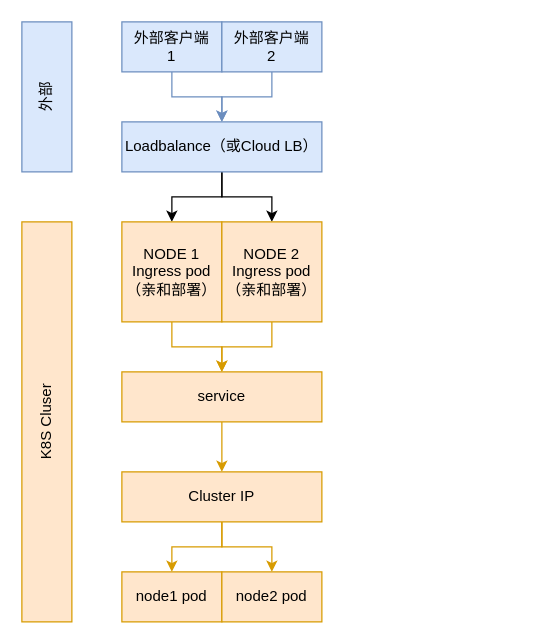
The draw.io diagram k8s 服务访问.drawio in zhangjiongcn/drawio, before the edit. Source tidied: cells renumbered, new cells numbered last; positions are measured from the earlier drawing's top-left corner, leaving out a move shared by most shapes. Both pictures are drawn from the tidied source at 125%, with x=0, y=0 at pixel (21, 21).
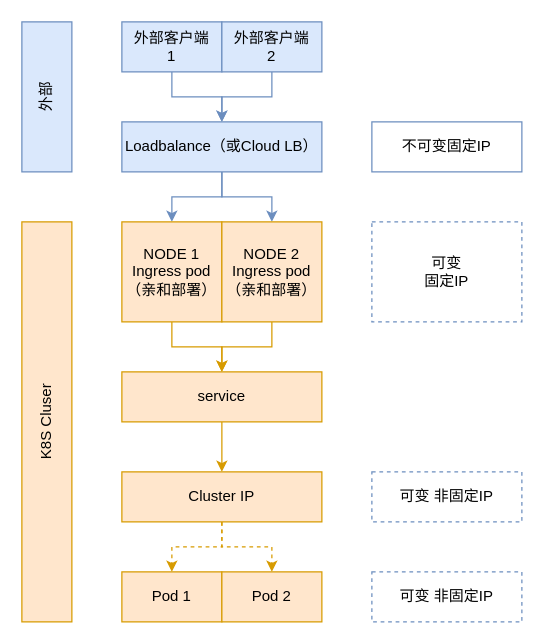
The same diagram, later.

Unchanged cells that the change refers to:
```xml
<mxCell id="7" value="Loadbalance（或Cloud LB）" style="rounded=0;whiteSpace=wrap;html=1;fillColor=#dae8fc;strokeColor=#6c8ebf;" parent="1" vertex="1">
  <mxGeometry x="80" y="80" width="160" height="40" as="geometry" />
</mxCell>
<mxCell id="9" value="NODE 1&lt;br&gt;Ingress pod&lt;br&gt;（亲和部署）" style="rounded=0;whiteSpace=wrap;html=1;fillColor=#ffe6cc;strokeColor=#d79b00;" parent="1" vertex="1">
  <mxGeometry x="80" y="160" width="80" height="80" as="geometry" />
</mxCell>
<mxCell id="14" value="Cluster IP" style="rounded=0;whiteSpace=wrap;html=1;fillColor=#ffe6cc;strokeColor=#d79b00;" parent="1" vertex="1">
  <mxGeometry x="80" y="360" width="160" height="40" as="geometry" />
</mxCell>
<mxCell id="18" value="NODE 2&lt;br&gt;Ingress pod&lt;br&gt;（亲和部署）" style="rounded=0;whiteSpace=wrap;html=1;fillColor=#ffe6cc;strokeColor=#d79b00;" parent="1" vertex="1">
  <mxGeometry x="160" y="160" width="80" height="80" as="geometry" />
</mxCell>
```

Diff of the diagram source:
```diff
@@
-    <mxCell id="5" style="edgeStyle=orthogonalEdgeStyle;rounded=0;jettySize=auto;html=1;entryX=0.5;entryY=0;entryDx=0;entryDy=0;" parent="1" edge="1" source="7" target="9">
+    <mxCell id="5" style="edgeStyle=orthogonalEdgeStyle;rounded=0;jettySize=auto;html=1;entryX=0.5;entryY=0;entryDx=0;entryDy=0;fillColor=#dae8fc;strokeColor=#6c8ebf;" parent="1" edge="1" source="7" target="9">
       <mxGeometry relative="1" as="geometry" />
     </mxCell>
-    <mxCell id="6" style="edgeStyle=orthogonalEdgeStyle;rounded=0;jettySize=auto;html=1;entryX=0.5;entryY=0;entryDx=0;entryDy=0;" parent="1" edge="1" source="7" target="18">
+    <mxCell id="6" style="edgeStyle=orthogonalEdgeStyle;rounded=0;jettySize=auto;html=1;entryX=0.5;entryY=0;entryDx=0;entryDy=0;fillColor=#dae8fc;strokeColor=#6c8ebf;" parent="1" edge="1" source="7" target="18">
       <mxGeometry relative="1" as="geometry" />
     </mxCell>
@@
-    <mxCell id="12" style="edgeStyle=orthogonalEdgeStyle;rounded=0;jettySize=auto;html=1;entryX=0.5;entryY=0;entryDx=0;entryDy=0;fillColor=#ffe6cc;strokeColor=#d79b00;" parent="1" edge="1" source="14" target="15">
+    <mxCell id="12" style="edgeStyle=orthogonalEdgeStyle;rounded=0;jettySize=auto;html=1;entryX=0.5;entryY=0;entryDx=0;entryDy=0;fillColor=#ffe6cc;strokeColor=#d79b00;dashed=1;" parent="1" edge="1" source="14" target="15">
       <mxGeometry relative="1" as="geometry" />
     </mxCell>
-    <mxCell id="13" style="edgeStyle=orthogonalEdgeStyle;rounded=0;jettySize=auto;html=1;fillColor=#ffe6cc;strokeColor=#d79b00;" parent="1" edge="1" source="14" target="19">
+    <mxCell id="13" style="edgeStyle=orthogonalEdgeStyle;rounded=0;jettySize=auto;html=1;fillColor=#ffe6cc;strokeColor=#d79b00;dashed=1;" parent="1" edge="1" source="14" target="19">
       <mxGeometry relative="1" as="geometry" />
     </mxCell>
@@
-    <mxCell id="15" value="node1 pod" style="rounded=0;whiteSpace=wrap;html=1;fillColor=#ffe6cc;strokeColor=#d79b00;" parent="1" vertex="1">
+    <mxCell id="15" value="Pod 1" style="rounded=0;whiteSpace=wrap;html=1;fillColor=#ffe6cc;strokeColor=#d79b00;" parent="1" vertex="1">
       <mxGeometry x="80" y="440" width="80" height="40" as="geometry" />
     </mxCell>
@@
-    <mxCell id="19" value="node2 pod" style="rounded=0;whiteSpace=wrap;html=1;fillColor=#ffe6cc;strokeColor=#d79b00;" parent="1" vertex="1">
+    <mxCell id="19" value="Pod 2" style="rounded=0;whiteSpace=wrap;html=1;fillColor=#ffe6cc;strokeColor=#d79b00;" parent="1" vertex="1">
       <mxGeometry x="160" y="440" width="80" height="40" as="geometry" />
     </mxCell>
@@
+    <mxCell id="22" value="不可变固定IP" style="rounded=0;whiteSpace=wrap;html=1;fillColor=none;strokeColor=#6c8ebf;" parent="1" vertex="1">
+      <mxGeometry x="280" y="80" width="120" height="40" as="geometry" />
+    </mxCell>
+    <mxCell id="23" value="可变&lt;br&gt;固定IP" style="rounded=0;whiteSpace=wrap;html=1;fillColor=none;strokeColor=#6c8ebf;dashed=1;" parent="1" vertex="1">
+      <mxGeometry x="280" y="160" width="120" height="80" as="geometry" />
+    </mxCell>
+    <mxCell id="24" value="可变 非固定IP" style="rounded=0;whiteSpace=wrap;html=1;fillColor=none;strokeColor=#6c8ebf;dashed=1;" parent="1" vertex="1">
+      <mxGeometry x="280" y="360" width="120" height="40" as="geometry" />
+    </mxCell>
+    <mxCell id="25" value="可变 非固定IP" style="rounded=0;whiteSpace=wrap;html=1;fillColor=none;strokeColor=#6c8ebf;dashed=1;" parent="1" vertex="1">
+      <mxGeometry x="280" y="440" width="120" height="40" as="geometry" />
+    </mxCell>
```
